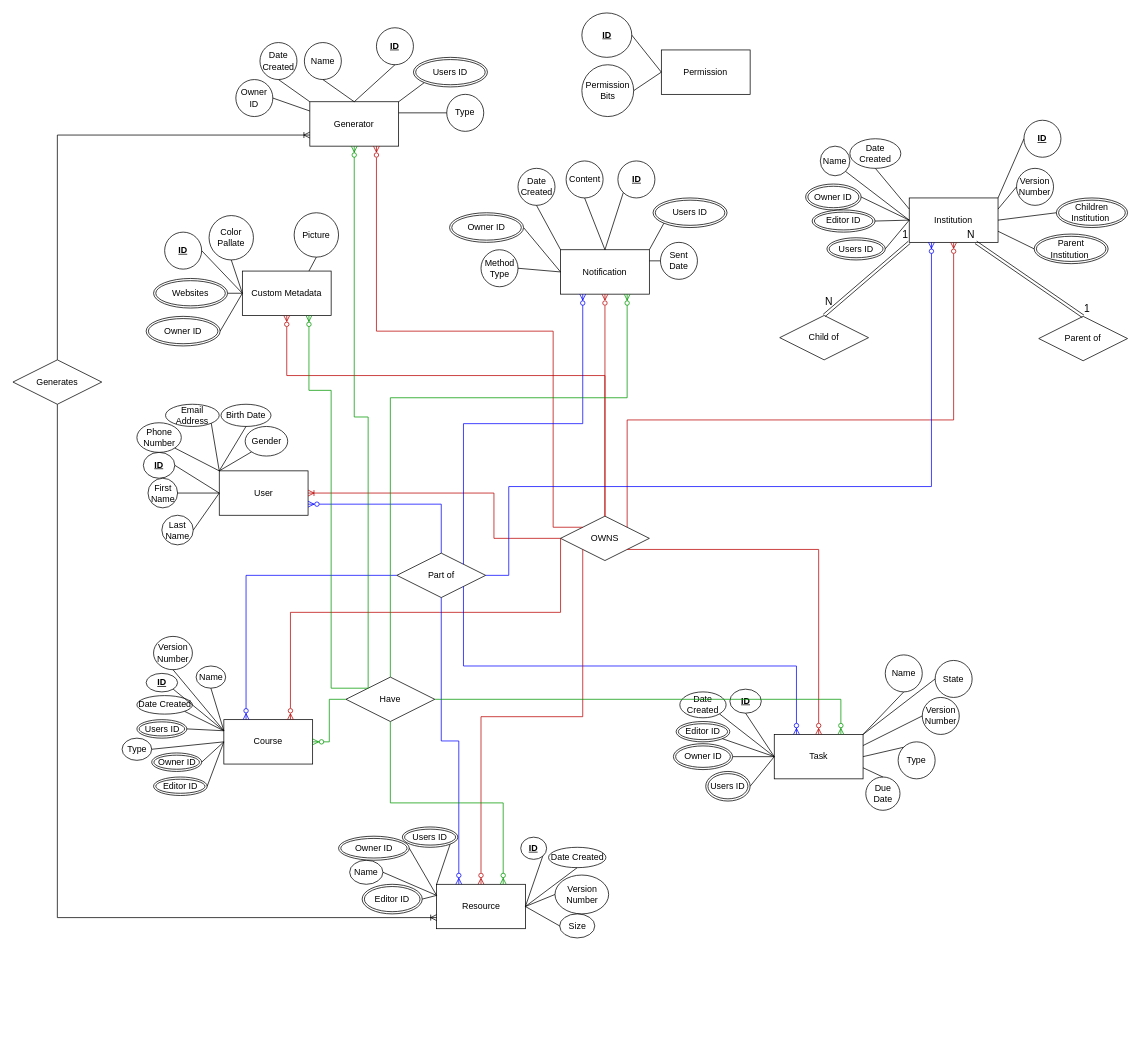
The draw.io diagram diagrams/db/DatabaseER.drawio in Apollo-LW/Apollo-LW, before the edit. Source tidied: cells renumbered, new cells numbered last; positions are measured from the earlier drawing's top-left corner, leaving out a move shared by most shapes. Both pictures are drawn from the tidied source at 74%, with x=0, y=0 at pixel (13, 13).
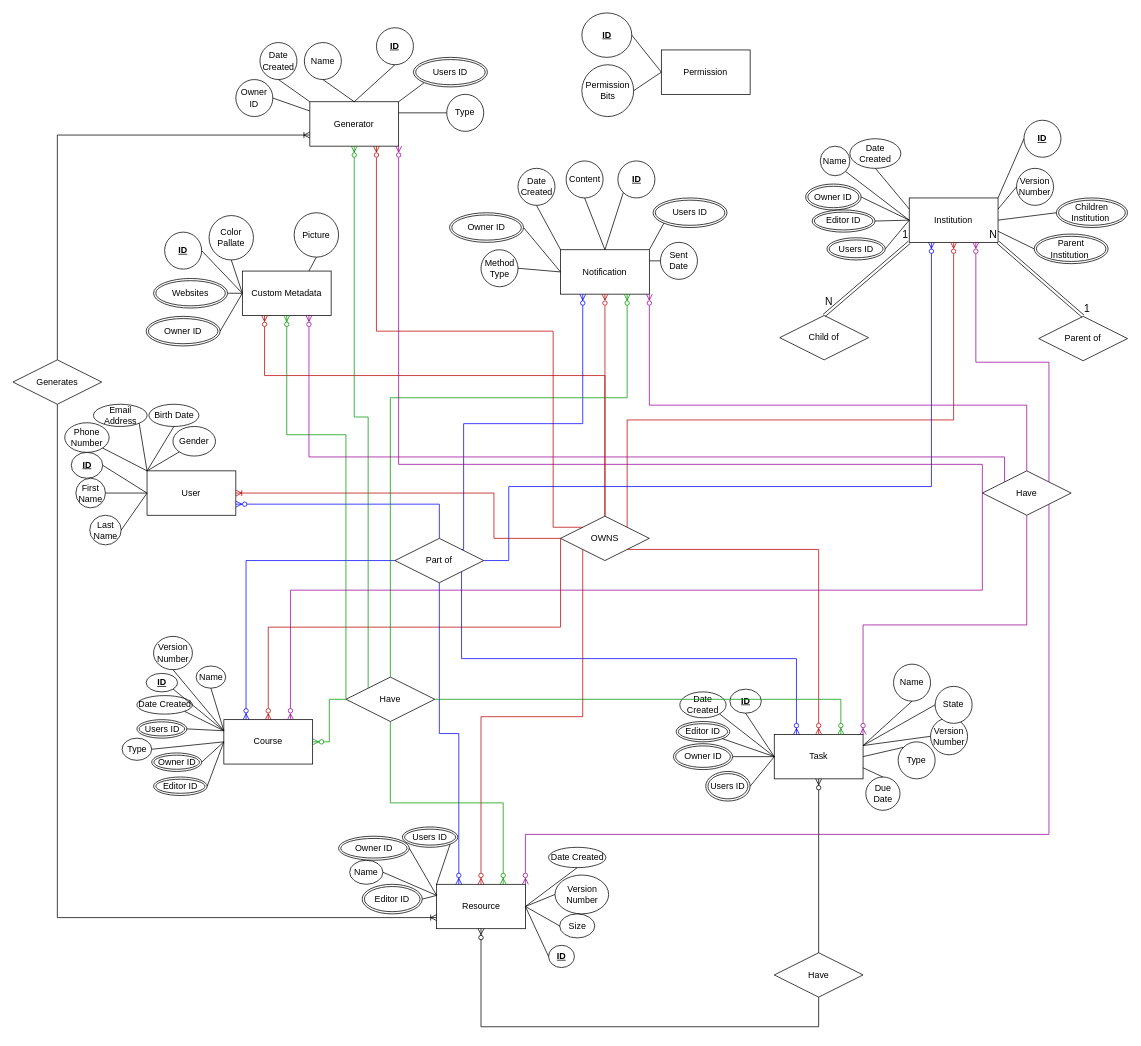
The same page after the edit.

Commit message:
Add have relationship between institution and other entities

The change refers to these unchanged cells:
```xml
<mxCell id="22" value="Notification" style="rounded=0;whiteSpace=wrap;html=1;" parent="1" vertex="1">
  <mxGeometry x="740" y="320" width="120" height="60" as="geometry" />
</mxCell>
<mxCell id="36" value="Course" style="rounded=0;whiteSpace=wrap;html=1;" parent="1" vertex="1">
  <mxGeometry x="285" y="955" width="120" height="60" as="geometry" />
</mxCell>
<mxCell id="55" value="OWNS" style="shape=rhombus;perimeter=rhombusPerimeter;whiteSpace=wrap;html=1;align=center;" parent="1" vertex="1">
  <mxGeometry x="740" y="680" width="120" height="60" as="geometry" />
</mxCell>
<mxCell id="59" value="Task" style="rounded=0;whiteSpace=wrap;html=1;" parent="1" vertex="1">
  <mxGeometry x="1028.8" y="975" width="120" height="60" as="geometry" />
</mxCell>
<mxCell id="83" value="Institution" style="rounded=0;whiteSpace=wrap;html=1;" parent="1" vertex="1">
  <mxGeometry x="1211.2" y="250" width="120" height="60" as="geometry" />
</mxCell>
<mxCell id="103" value="Resource" style="rounded=0;whiteSpace=wrap;html=1;" parent="1" vertex="1">
  <mxGeometry x="572.5" y="1177.5" width="120" height="60" as="geometry" />
</mxCell>
<mxCell id="122" value="Custom Metadata" style="rounded=0;whiteSpace=wrap;html=1;" parent="1" vertex="1">
  <mxGeometry x="310" y="348.8" width="120" height="60" as="geometry" />
</mxCell>
<mxCell id="134" value="Generator" style="rounded=0;whiteSpace=wrap;html=1;" parent="1" vertex="1">
  <mxGeometry x="401.2" y="120" width="120" height="60" as="geometry" />
</mxCell>
<mxCell id="149" value="Parent of" style="shape=rhombus;perimeter=rhombusPerimeter;whiteSpace=wrap;html=1;align=center;" parent="1" vertex="1">
  <mxGeometry x="1386.2" y="410" width="120" height="60" as="geometry" />
</mxCell>
<mxCell id="162" value="Have" style="shape=rhombus;perimeter=rhombusPerimeter;whiteSpace=wrap;html=1;align=center;" parent="1" vertex="1">
  <mxGeometry x="450" y="897.5" width="120" height="60" as="geometry" />
</mxCell>
```

The edit, as a diff of the source:
```diff
@@
     <mxCell id="7" value="User" style="rounded=0;whiteSpace=wrap;html=1;" parent="1" vertex="1">
-      <mxGeometry x="278.8" y="618.8" width="120" height="60" as="geometry" />
+      <mxGeometry x="181.2" y="618.8" width="120" height="60" as="geometry" />
     </mxCell>
     <mxCell id="8" value="&lt;b&gt;&lt;u&gt;ID&lt;/u&gt;&lt;/b&gt;" style="ellipse;whiteSpace=wrap;html=1;" parent="1" vertex="1">
-      <mxGeometry x="176.2" y="593.8" width="42.5" height="35" as="geometry" />
+      <mxGeometry x="78.8" y="593.8" width="42.5" height="35" as="geometry" />
     </mxCell>
     <mxCell id="9" value="First Name" style="ellipse;whiteSpace=wrap;html=1;" parent="1" vertex="1">
-      <mxGeometry x="182.5" y="628.8" width="40" height="40" as="geometry" />
+      <mxGeometry x="85" y="628.8" width="40" height="40" as="geometry" />
     </mxCell>
     <mxCell id="10" value="Last Name" style="ellipse;whiteSpace=wrap;html=1;" parent="1" vertex="1">
-      <mxGeometry x="201.2" y="678.8" width="42.5" height="40" as="geometry" />
+      <mxGeometry x="103.8" y="678.8" width="42.5" height="40" as="geometry" />
     </mxCell>
     <mxCell id="11" value="Email Address" style="ellipse;whiteSpace=wrap;html=1;" parent="1" vertex="1">
-      <mxGeometry x="206.2" y="528.8" width="72.5" height="30" as="geometry" />
+      <mxGeometry x="108.8" y="528.8" width="72.5" height="30" as="geometry" />
     </mxCell>
     <mxCell id="12" value="Phone Number" style="ellipse;whiteSpace=wrap;html=1;" parent="1" vertex="1">
-      <mxGeometry x="167.5" y="553.8" width="60" height="40" as="geometry" />
+      <mxGeometry x="70" y="553.8" width="60" height="40" as="geometry" />
     </mxCell>
     <mxCell id="13" value="Birth Date" style="ellipse;whiteSpace=wrap;html=1;" parent="1" vertex="1">
-      <mxGeometry x="281.2" y="528.8" width="67.5" height="30" as="geometry" />
+      <mxGeometry x="183.8" y="528.8" width="67.5" height="30" as="geometry" />
     </mxCell>
     <mxCell id="14" value="Gender" style="ellipse;whiteSpace=wrap;html=1;" parent="1" vertex="1">
-      <mxGeometry x="313.8" y="558.8" width="57.5" height="40" as="geometry" />
+      <mxGeometry x="216.2" y="558.8" width="57.5" height="40" as="geometry" />
     </mxCell>
@@
-    <mxCell id="53" style="edgeStyle=elbowEdgeStyle;fontSize=12;html=1;endArrow=ERzeroToMany;startArrow=none;rounded=0;exitX=0;exitY=0.5;exitDx=0;exitDy=0;entryX=0.75;entryY=0;entryDx=0;entryDy=0;elbow=vertical;startFill=0;endFill=0;strokeColor=#BA0000;" parent="1" edge="1" source="55" target="36">
+    <mxCell id="53" style="edgeStyle=elbowEdgeStyle;fontSize=12;html=1;endArrow=ERzeroToMany;startArrow=none;rounded=0;exitX=0;exitY=0.5;exitDx=0;exitDy=0;entryX=0.5;entryY=0;entryDx=0;entryDy=0;elbow=vertical;startFill=0;endFill=0;strokeColor=#BA0000;" parent="1" edge="1" source="55" target="36">
       <mxGeometry relative="1" as="geometry">
         <Array as="points">
-          <mxPoint x="560" y="810" />
+          <mxPoint x="540" y="830" />
         </Array>
       </mxGeometry>
     </mxCell>
@@
     <mxCell id="58" value="Part of" style="shape=rhombus;perimeter=rhombusPerimeter;whiteSpace=wrap;html=1;align=center;" parent="1" vertex="1">
-      <mxGeometry x="518.8" y="730" width="120" height="60" as="geometry" />
+      <mxGeometry x="516.2" y="710" width="120" height="60" as="geometry" />
     </mxCell>
@@
     <mxCell id="62" value="Name" style="ellipse;whiteSpace=wrap;html=1;" parent="1" vertex="1">
-      <mxGeometry x="1178.8" y="867.5" width="50" height="50" as="geometry" />
+      <mxGeometry x="1190" y="880" width="50" height="50" as="geometry" />
     </mxCell>
@@
     <mxCell id="65" value="Version Number" style="ellipse;whiteSpace=wrap;html=1;" parent="1" vertex="1">
-      <mxGeometry x="1228.8" y="925" width="50" height="50" as="geometry" />
+      <mxGeometry x="1240" y="952.5" width="50" height="50" as="geometry" />
     </mxCell>
@@
     <mxCell id="67" value="State" style="ellipse;whiteSpace=wrap;html=1;" parent="1" vertex="1">
-      <mxGeometry x="1246.2" y="875" width="50" height="50" as="geometry" />
+      <mxGeometry x="1246.2" y="910" width="50" height="50" as="geometry" />
     </mxCell>
@@
-    <mxCell id="69" style="endArrow=none;html=1;rounded=0;exitX=0.5;exitY=1;exitDx=0;exitDy=0;entryX=1;entryY=0;entryDx=0;entryDy=0;" parent="1" edge="1" source="62" target="59">
+    <mxCell id="69" style="endArrow=none;html=1;rounded=0;exitX=0.5;exitY=1;exitDx=0;exitDy=0;entryX=1;entryY=0.25;entryDx=0;entryDy=0;" parent="1" edge="1" source="62" target="59">
       <mxGeometry relative="1" as="geometry" />
     </mxCell>
-    <mxCell id="70" style="endArrow=none;html=1;rounded=0;exitX=0;exitY=0.5;exitDx=0;exitDy=0;entryX=1;entryY=0;entryDx=0;entryDy=0;" parent="1" edge="1" source="67" target="59">
+    <mxCell id="70" style="endArrow=none;html=1;rounded=0;exitX=0;exitY=0.5;exitDx=0;exitDy=0;entryX=1;entryY=0.25;entryDx=0;entryDy=0;" parent="1" edge="1" source="67" target="59">
       <mxGeometry relative="1" as="geometry" />
     </mxCell>
@@
     <mxCell id="106" value="&lt;b&gt;&lt;u&gt;ID&lt;/u&gt;&lt;/b&gt;" style="ellipse;whiteSpace=wrap;html=1;" parent="1" vertex="1">
-      <mxGeometry x="686.2" y="1113.8" width="35" height="30" as="geometry" />
+      <mxGeometry x="723.8" y="1260" width="35" height="30" as="geometry" />
     </mxCell>
@@
-    <mxCell id="111" style="endArrow=none;html=1;rounded=0;exitX=1;exitY=1;exitDx=0;exitDy=0;entryX=1;entryY=0.5;entryDx=0;entryDy=0;" parent="1" edge="1" source="106" target="103">
+    <mxCell id="111" style="endArrow=none;html=1;rounded=0;exitX=0;exitY=0.5;exitDx=0;exitDy=0;entryX=1;entryY=0.5;entryDx=0;entryDy=0;" parent="1" edge="1" source="106" target="103">
       <mxGeometry relative="1" as="geometry" />
     </mxCell>
@@
-    <mxCell id="133" style="edgeStyle=elbowEdgeStyle;fontSize=12;html=1;endArrow=ERzeroToMany;startArrow=none;rounded=0;startFill=0;endFill=0;exitX=0.5;exitY=0;exitDx=0;exitDy=0;entryX=0.5;entryY=1;entryDx=0;entryDy=0;strokeColor=#BA0000;elbow=vertical;" parent="1" edge="1" source="55" target="122">
+    <mxCell id="133" style="edgeStyle=elbowEdgeStyle;fontSize=12;html=1;endArrow=ERzeroToMany;startArrow=none;rounded=0;startFill=0;endFill=0;exitX=0.5;exitY=0;exitDx=0;exitDy=0;entryX=0.25;entryY=1;entryDx=0;entryDy=0;strokeColor=#BA0000;elbow=vertical;" parent="1" edge="1" source="55" target="122">
       <mxGeometry relative="1" as="geometry">
         <Array as="points">
           <mxPoint x="570" y="490" />
         </Array>
       </mxGeometry>
     </mxCell>
@@
-    <mxCell id="153" style="shape=link;html=1;rounded=0;exitX=0.5;exitY=0;exitDx=0;exitDy=0;entryX=0.75;entryY=1;entryDx=0;entryDy=0;" parent="1" edge="1" source="149" target="83">
+    <mxCell id="153" style="shape=link;html=1;rounded=0;exitX=0.5;exitY=0;exitDx=0;exitDy=0;entryX=1;entryY=1;entryDx=0;entryDy=0;" parent="1" edge="1" source="149" target="83">
       <mxGeometry relative="1" as="geometry" />
     </mxCell>
@@
     <mxCell id="157" style="edgeStyle=orthogonalEdgeStyle;fontSize=12;html=1;endArrow=none;endFill=0;startArrow=ERzeroToMany;rounded=0;entryX=1;entryY=0.5;entryDx=0;entryDy=0;exitX=0.25;exitY=1;exitDx=0;exitDy=0;strokeColor=#0000FF;" parent="1" edge="1" source="83" target="58">
       <mxGeometry relative="1" as="geometry">
         <Array as="points">
           <mxPoint x="1241" y="640" />
           <mxPoint x="670" y="640" />
-          <mxPoint x="670" y="760" />
+          <mxPoint x="670" y="740" />
         </Array>
       </mxGeometry>
     </mxCell>
@@
-    <mxCell id="167" style="edgeStyle=orthogonalEdgeStyle;fontSize=12;html=1;endArrow=ERzeroToMany;endFill=1;startArrow=none;rounded=0;entryX=0.75;entryY=1;entryDx=0;entryDy=0;exitX=0;exitY=0;exitDx=0;exitDy=0;startFill=0;strokeColor=#009900;" parent="1" edge="1" source="162" target="122">
+    <mxCell id="167" style="edgeStyle=elbowEdgeStyle;fontSize=12;html=1;endArrow=ERzeroToMany;endFill=1;startArrow=none;rounded=0;entryX=0.5;entryY=1;entryDx=0;entryDy=0;exitX=0;exitY=0.5;exitDx=0;exitDy=0;startFill=0;strokeColor=#009900;elbow=vertical;" parent="1" edge="1" source="162" target="122">
       <mxGeometry relative="1" as="geometry">
         <Array as="points">
-          <mxPoint x="430" y="913" />
-          <mxPoint x="430" y="510" />
-          <mxPoint x="400" y="510" />
+          <mxPoint x="460" y="570" />
         </Array>
       </mxGeometry>
     </mxCell>
@@
+    <mxCell id="169" value="Have" style="shape=rhombus;perimeter=rhombusPerimeter;whiteSpace=wrap;html=1;align=center;" parent="1" vertex="1">
+      <mxGeometry x="1028.8" y="1270" width="120" height="60" as="geometry" />
+    </mxCell>
+    <mxCell id="170" style="edgeStyle=orthogonalEdgeStyle;fontSize=12;html=1;endArrow=ERzeroToMany;endFill=1;startArrow=none;rounded=0;entryX=0.5;entryY=1;entryDx=0;entryDy=0;exitX=0.5;exitY=0;exitDx=0;exitDy=0;startFill=0;strokeColor=#000000;" parent="1" edge="1" source="169" target="59">
+      <mxGeometry relative="1" as="geometry" />
+    </mxCell>
+    <mxCell id="171" style="edgeStyle=orthogonalEdgeStyle;fontSize=12;html=1;endArrow=ERzeroToMany;endFill=1;startArrow=none;rounded=0;entryX=0.5;entryY=1;entryDx=0;entryDy=0;exitX=0.5;exitY=1;exitDx=0;exitDy=0;startFill=0;strokeColor=#000000;" parent="1" edge="1" source="169" target="103">
+      <mxGeometry relative="1" as="geometry">
+        <Array as="points">
+          <mxPoint x="1089" y="1370" />
+          <mxPoint x="633" y="1370" />
+        </Array>
+      </mxGeometry>
+    </mxCell>
+    <mxCell id="172" value="Have" style="shape=rhombus;perimeter=rhombusPerimeter;whiteSpace=wrap;html=1;align=center;" parent="1" vertex="1">
+      <mxGeometry x="1310" y="618.8" width="120" height="60" as="geometry" />
+    </mxCell>
+    <mxCell id="173" style="edgeStyle=elbowEdgeStyle;fontSize=12;html=1;endArrow=ERzeroToMany;startArrow=none;rounded=0;elbow=vertical;startFill=0;endFill=0;exitX=1;exitY=0;exitDx=0;exitDy=0;entryX=0.75;entryY=1;entryDx=0;entryDy=0;strokeColor=#990099;" parent="1" edge="1" source="172" target="83">
+      <mxGeometry relative="1" as="geometry" />
+    </mxCell>
+    <mxCell id="174" style="edgeStyle=elbowEdgeStyle;fontSize=12;html=1;endArrow=ERzeroToMany;startArrow=none;rounded=0;elbow=vertical;startFill=0;endFill=0;exitX=0.5;exitY=1;exitDx=0;exitDy=0;entryX=1;entryY=0;entryDx=0;entryDy=0;strokeColor=#990099;" parent="1" edge="1" source="172" target="59">
+      <mxGeometry relative="1" as="geometry" />
+    </mxCell>
+    <mxCell id="175" style="edgeStyle=elbowEdgeStyle;fontSize=12;html=1;endArrow=ERzeroToMany;startArrow=none;rounded=0;elbow=vertical;startFill=0;endFill=0;exitX=1;exitY=1;exitDx=0;exitDy=0;entryX=1;entryY=0;entryDx=0;entryDy=0;strokeColor=#990099;" parent="1" edge="1" source="172" target="103">
+      <mxGeometry relative="1" as="geometry">
+        <Array as="points">
+          <mxPoint x="1110" y="1110" />
+        </Array>
+      </mxGeometry>
+    </mxCell>
+    <mxCell id="176" style="edgeStyle=elbowEdgeStyle;fontSize=12;html=1;endArrow=ERzeroToMany;startArrow=none;rounded=0;elbow=vertical;startFill=0;endFill=0;exitX=0;exitY=0.5;exitDx=0;exitDy=0;entryX=0.75;entryY=0;entryDx=0;entryDy=0;strokeColor=#990099;" parent="1" edge="1" source="172" target="36">
+      <mxGeometry relative="1" as="geometry">
+        <Array as="points">
+          <mxPoint x="430" y="780" />
+          <mxPoint x="630" y="600" />
+          <mxPoint x="830" y="790" />
+        </Array>
+      </mxGeometry>
+    </mxCell>
+    <mxCell id="177" style="edgeStyle=elbowEdgeStyle;fontSize=12;html=1;endArrow=ERzeroToMany;startArrow=none;rounded=0;elbow=vertical;startFill=0;endFill=0;exitX=0;exitY=0;exitDx=0;exitDy=0;strokeColor=#990099;entryX=0.75;entryY=1;entryDx=0;entryDy=0;" parent="1" edge="1" source="172" target="122">
+      <mxGeometry relative="1" as="geometry">
+        <Array as="points">
+          <mxPoint x="880" y="600" />
+        </Array>
+      </mxGeometry>
+    </mxCell>
+    <mxCell id="178" style="edgeStyle=elbowEdgeStyle;fontSize=12;html=1;endArrow=ERzeroToMany;startArrow=none;rounded=0;elbow=vertical;startFill=0;endFill=0;exitX=0;exitY=0.5;exitDx=0;exitDy=0;strokeColor=#990099;entryX=1;entryY=1;entryDx=0;entryDy=0;" parent="1" edge="1" source="172" target="134">
+      <mxGeometry relative="1" as="geometry">
+        <Array as="points">
+          <mxPoint x="890" y="610" />
+        </Array>
+      </mxGeometry>
+    </mxCell>
+    <mxCell id="179" style="edgeStyle=elbowEdgeStyle;fontSize=12;html=1;endArrow=ERzeroToMany;startArrow=none;rounded=0;elbow=vertical;startFill=0;endFill=0;exitX=0.5;exitY=0;exitDx=0;exitDy=0;strokeColor=#990099;entryX=1;entryY=1;entryDx=0;entryDy=0;" parent="1" edge="1" source="172" target="22">
+      <mxGeometry relative="1" as="geometry">
+        <Array as="points">
+          <mxPoint x="1100" y="530" />
+        </Array>
+      </mxGeometry>
+    </mxCell>
```
